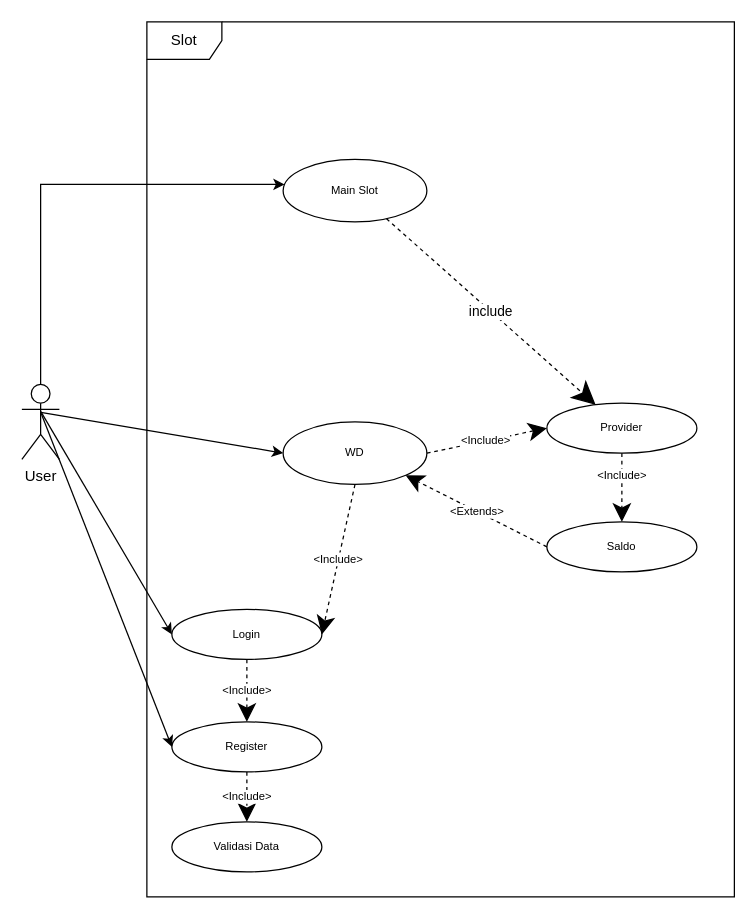
Earlier version of the draw.io diagram page "UseCase Slot" (5 of 5) of slot.drawio (irvansindy/slot). Source tidied: cells renumbered, new cells numbered last; positions are measured from the earlier drawing's top-left corner, leaving out a move shared by most shapes. Both pictures are drawn from the tidied source at 125%, with x=0, y=0 at pixel (21, 21).
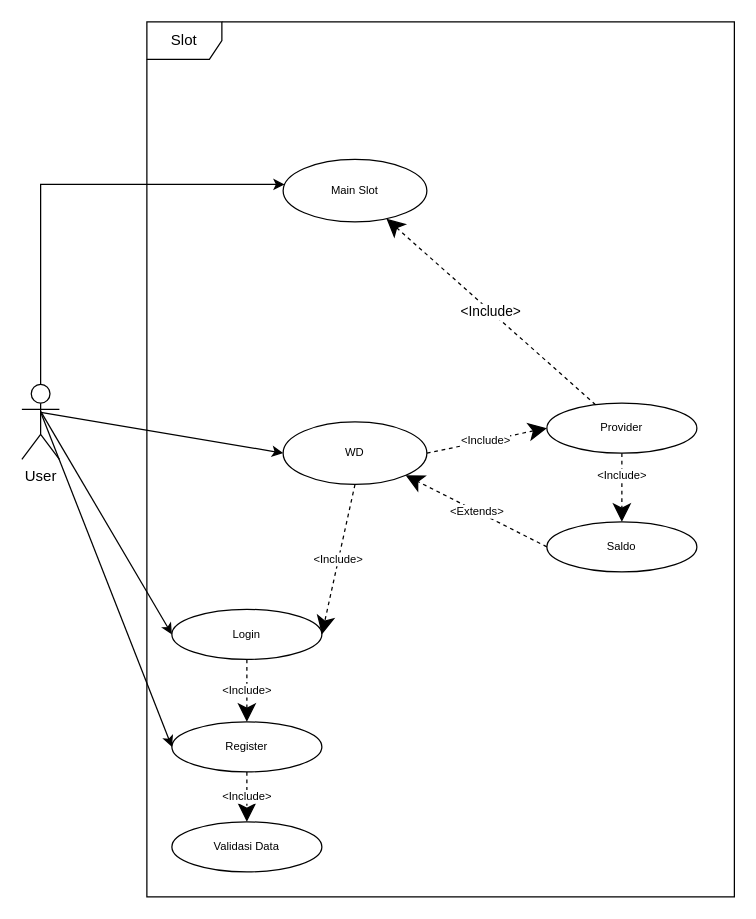
The same page after the edit.

The change refers to these unchanged cells:
```xml
<mxCell id="14" value="Provider" style="ellipse;whiteSpace=wrap;html=1;fontSize=9;" parent="1" vertex="1">
  <mxGeometry x="420" y="305" width="120" height="40" as="geometry" />
</mxCell>
<mxCell id="21" value="Main Slot" style="ellipse;whiteSpace=wrap;html=1;fontSize=9;" parent="1" vertex="1">
  <mxGeometry x="209" y="110" width="115" height="50" as="geometry" />
</mxCell>
```

Change to the diagram source:
```diff
@@
-    <mxCell id="22" value="include" style="endArrow=classic;endSize=16;endFill=1;html=1;rounded=0;dashed=1;" parent="1" edge="1" source="21" target="14">
-      <mxGeometry relative="1" as="geometry" />
-    </mxCell>
+    <mxCell id="23" value="&amp;lt;Include&amp;gt;" style="endArrow=classic;endSize=12;dashed=1;html=1;rounded=0;endFill=1;" parent="1" edge="1" source="14" target="21">
+      <mxGeometry relative="1" as="geometry" />
+    </mxCell>
```
